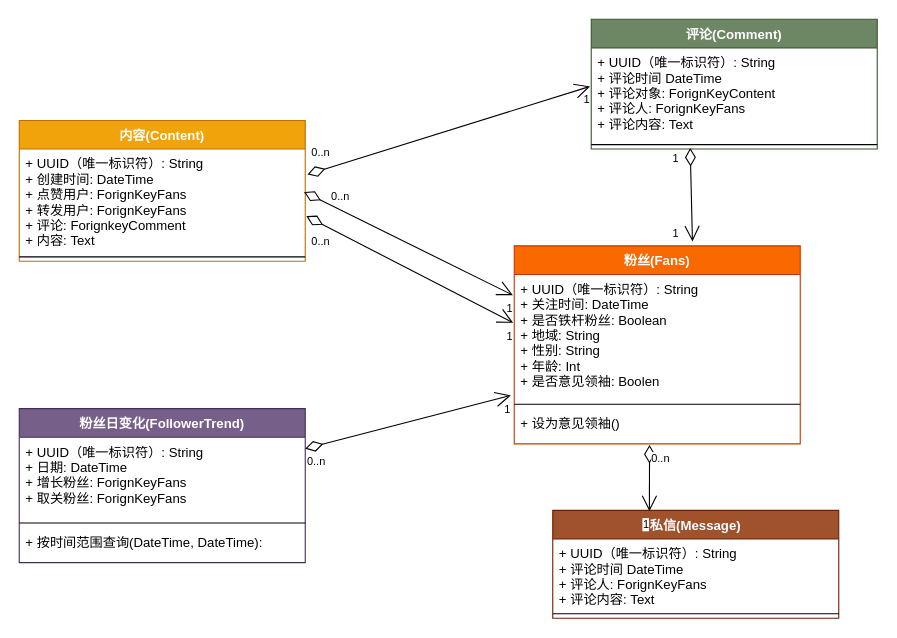
Above: 1-SoftwareRequirements/DataAnalysis/da_class.drawio in zan-press/diagram (draw.io), before the change. Source tidied: cells renumbered, new cells numbered last; positions are measured from the earlier drawing's top-left corner, leaving out a move shared by most shapes. Both pictures are drawn from the tidied source at 110%, with x=0, y=0 at pixel (19, 19).
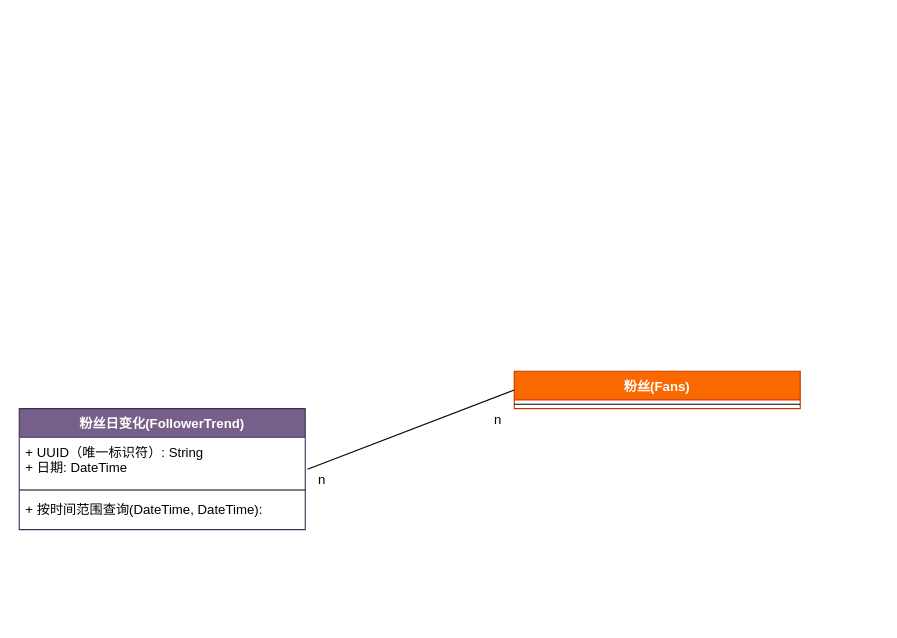
The same page after the edit.

The edit, as a diff of the source:
```diff
@@
-    <mxCell id="2" value="内容(Content)" style="swimlane;fontStyle=1;align=center;verticalAlign=top;horizontal=1;startSize=26;fillColor=#f0a30a;strokeColor=#BD7000;fontFamily=SF Mono;fontColor=#ffffff;" parent="1" vertex="1">
-      <mxGeometry y="92" width="260" height="128" as="geometry" />
-    </mxCell>
-    <mxCell id="3" value="+ UUID（唯一标识符）: String&#10;+ 创建时间: DateTime&#10;+ 点赞用户: ForignKeyFans&#10;+ 转发用户: ForignKeyFans&#10;+ 评论: ForignkeyComment&#10;+ 内容: Text" style="text;strokeColor=none;fillColor=none;align=left;verticalAlign=top;spacingLeft=4;spacingRight=4;overflow=hidden;points=[[0,0.5],[1,0.5]];portConstraint=eastwest;spacing=2;imageAspect=1;noLabel=0;fontFamily=SF Mono;" parent="2" vertex="1">
-      <mxGeometry y="26" width="260" height="94" as="geometry" />
-    </mxCell>
-    <mxCell id="4" style="line;strokeWidth=1;fillColor=none;align=left;verticalAlign=middle;spacingTop=-1;spacingLeft=3;spacingRight=3;labelPosition=right;fontFamily=SF Mono;" parent="2" vertex="1">
-      <mxGeometry y="120" width="260" height="8" as="geometry" />
-    </mxCell>
     <mxCell id="5" value="粉丝(Fans)" style="swimlane;fontStyle=1;align=center;verticalAlign=top;horizontal=1;startSize=26;fillColor=#fa6800;strokeColor=#C73500;fontColor=#ffffff;fontFamily=SF Mono;" parent="1" vertex="1">
-      <mxGeometry x="450" y="206" width="260" height="180" as="geometry" />
+      <mxGeometry x="450" y="320" width="260" height="34" as="geometry" />
     </mxCell>
-    <mxCell id="6" value="+ UUID（唯一标识符）: String&#10;+ 关注时间: DateTime&#10;+ 是否铁杆粉丝: Boolean&#10;+ 地域: String&#10;+ 性别: String&#10;+ 年龄: Int&#10;+ 是否意见领袖: Boolen" style="text;strokeColor=none;fillColor=none;align=left;verticalAlign=top;spacingLeft=4;spacingRight=4;overflow=hidden;points=[[0,0.5],[1,0.5]];portConstraint=eastwest;spacing=2;imageAspect=1;noLabel=0;fontFamily=SF Mono;" parent="5" vertex="1">
-      <mxGeometry y="26" width="260" height="114" as="geometry" />
-    </mxCell>
     <mxCell id="7" style="line;strokeWidth=1;fillColor=none;align=left;verticalAlign=middle;spacingTop=-1;spacingLeft=3;spacingRight=3;labelPosition=right;fontFamily=SF Mono;" parent="5" vertex="1">
-      <mxGeometry y="140" width="260" height="8" as="geometry" />
+      <mxGeometry y="26" width="260" height="8" as="geometry" />
     </mxCell>
-    <mxCell id="8" value="+ 设为意见领袖()" style="text;strokeColor=none;fillColor=none;align=left;verticalAlign=top;spacingLeft=4;spacingRight=4;overflow=hidden;points=[[0,0.5],[1,0.5]];portConstraint=eastwest;fontFamily=SF Mono;" parent="5" vertex="1">
-      <mxGeometry y="148" width="260" height="32" as="geometry" />
-    </mxCell>
     <mxCell id="9" value="粉丝日变化(FollowerTrend)" style="swimlane;fontStyle=1;align=center;verticalAlign=top;horizontal=1;startSize=26;fillColor=#76608a;strokeColor=#432D57;fontColor=#ffffff;fontFamily=SF Mono;" parent="1" vertex="1">
-      <mxGeometry y="354" width="260" height="140" as="geometry" />
+      <mxGeometry y="354" width="260" height="110" as="geometry" />
     </mxCell>
-    <mxCell id="10" value="+ UUID（唯一标识符）: String&#10;+ 日期: DateTime&#10;+ 增长粉丝: ForignKeyFans&#10;+ 取关粉丝: ForignKeyFans" style="text;strokeColor=none;fillColor=none;align=left;verticalAlign=top;spacingLeft=4;spacingRight=4;overflow=hidden;points=[[0,0.5],[1,0.5]];portConstraint=eastwest;spacing=2;imageAspect=1;noLabel=0;fontFamily=SF Mono;" parent="9" vertex="1">
-      <mxGeometry y="26" width="260" height="74" as="geometry" />
+    <mxCell id="10" value="+ UUID（唯一标识符）: String&#10;+ 日期: DateTime&#10;" style="text;strokeColor=none;fillColor=none;align=left;verticalAlign=top;spacingLeft=4;spacingRight=4;overflow=hidden;points=[[0,0.5],[1,0.5]];portConstraint=eastwest;spacing=2;imageAspect=1;noLabel=0;fontFamily=SF Mono;" parent="9" vertex="1">
+      <mxGeometry y="26" width="260" height="44" as="geometry" />
     </mxCell>
     <mxCell id="11" style="line;strokeWidth=1;fillColor=none;align=left;verticalAlign=middle;spacingTop=-1;spacingLeft=3;spacingRight=3;labelPosition=right;fontFamily=SF Mono;" parent="9" vertex="1">
-      <mxGeometry y="100" width="260" height="8" as="geometry" />
+      <mxGeometry y="70" width="260" height="8" as="geometry" />
     </mxCell>
     <mxCell id="12" value="+ 按时间范围查询(DateTime, DateTime): " style="text;strokeColor=none;fillColor=none;align=left;verticalAlign=top;spacingLeft=4;spacingRight=4;overflow=hidden;fontFamily=SF Mono;" parent="9" vertex="1">
-      <mxGeometry y="108" width="260" height="32" as="geometry" />
+      <mxGeometry y="78" width="260" height="32" as="geometry" />
     </mxCell>
-    <mxCell id="13" value="评论(Comment)" style="swimlane;fontStyle=1;align=center;verticalAlign=top;horizontal=1;startSize=26;fillColor=#6d8764;strokeColor=#3A5431;fontFamily=SF Mono;fontColor=#ffffff;" parent="1" vertex="1">
-      <mxGeometry x="520" width="260" height="118" as="geometry" />
-    </mxCell>
-    <mxCell id="14" value="+ UUID（唯一标识符）: String&#10;+ 评论时间 DateTime&#10;+ 评论对象: ForignKeyContent&#10;+ 评论人: ForignKeyFans&#10;+ 评论内容: Text" style="text;strokeColor=none;fillColor=none;align=left;verticalAlign=top;spacingLeft=4;spacingRight=4;overflow=hidden;points=[[0,0.5],[1,0.5]];portConstraint=eastwest;spacing=2;imageAspect=1;noLabel=0;fontFamily=SF Mono;" parent="13" vertex="1">
-      <mxGeometry y="26" width="260" height="84" as="geometry" />
-    </mxCell>
-    <mxCell id="15" style="line;strokeWidth=1;fillColor=none;align=left;verticalAlign=middle;spacingTop=-1;spacingLeft=3;spacingRight=3;labelPosition=right;points=[];portConstraint=eastwest;fontFamily=SF Mono;" parent="13" vertex="1">
-      <mxGeometry y="110" width="260" height="8" as="geometry" />
-    </mxCell>
-    <mxCell id="16" value="私信(Message)" style="swimlane;fontStyle=1;align=center;verticalAlign=top;horizontal=1;startSize=26;fillColor=#a0522d;strokeColor=#6D1F00;fontColor=#ffffff;fontFamily=SF Mono;" parent="1" vertex="1">
-      <mxGeometry x="485" y="446.5" width="260" height="98" as="geometry" />
-    </mxCell>
-    <mxCell id="17" value="+ UUID（唯一标识符）: String&#10;+ 评论时间 DateTime&#10;+ 评论人: ForignKeyFans&#10;+ 评论内容: Text" style="text;strokeColor=none;fillColor=none;align=left;verticalAlign=top;spacingLeft=4;spacingRight=4;overflow=hidden;spacing=2;imageAspect=1;noLabel=0;fontFamily=SF Mono;" parent="16" vertex="1">
-      <mxGeometry y="26" width="260" height="64" as="geometry" />
-    </mxCell>
-    <mxCell id="18" style="line;strokeWidth=1;fillColor=none;align=left;verticalAlign=middle;spacingTop=-1;spacingLeft=3;spacingRight=3;labelPosition=right;fontFamily=SF Mono;" parent="16" vertex="1">
-      <mxGeometry y="90" width="260" height="8" as="geometry" />
-    </mxCell>
-    <mxCell id="19" style="endArrow=open;html=1;endSize=12;startArrow=diamondThin;startSize=14;startFill=0;entryX=-0.004;entryY=0.417;entryDx=0;entryDy=0;entryPerimeter=0;fontFamily=SF Mono;exitX=1.008;exitY=0.245;exitDx=0;exitDy=0;exitPerimeter=0;" parent="1" edge="1" source="3" target="14">
-      <mxGeometry relative="1" as="geometry" />
-    </mxCell>
-    <mxCell id="20" value="0..n" style="html=1;align=left;verticalAlign=top;labelBackgroundColor=#ffffff;fontSize=10;fontFamily=SF Mono;" parent="19" vertex="1">
-      <mxGeometry x="-1" relative="1" as="geometry">
-        <mxPoint x="2" y="-32" as="offset" />
-      </mxGeometry>
-    </mxCell>
-    <mxCell id="21" value="1" style="html=1;align=right;verticalAlign=top;labelBackgroundColor=#ffffff;fontSize=10;fontFamily=SF Mono;" parent="19" vertex="1">
-      <mxGeometry x="1" relative="1" as="geometry" />
-    </mxCell>
-    <mxCell id="22" style="endArrow=open;html=1;endSize=12;startArrow=diamondThin;startSize=14;startFill=0;entryX=-0.005;entryY=0.165;entryDx=0;entryDy=0;entryPerimeter=0;fontFamily=SF Mono;exitX=0.996;exitY=0.415;exitDx=0;exitDy=0;exitPerimeter=0;" parent="1" edge="1" source="3" target="6">
-      <mxGeometry relative="1" as="geometry" />
-    </mxCell>
-    <mxCell id="23" value="0..n" style="html=1;align=left;verticalAlign=top;labelBackgroundColor=#ffffff;fontSize=10;fontFamily=SF Mono;" parent="22" vertex="1">
-      <mxGeometry x="-1" relative="1" as="geometry">
-        <mxPoint x="23" y="-8.5" as="offset" />
-      </mxGeometry>
-    </mxCell>
-    <mxCell id="24" value="1" style="html=1;align=right;verticalAlign=top;labelBackgroundColor=#ffffff;fontSize=10;fontFamily=SF Mono;" parent="22" vertex="1">
-      <mxGeometry x="1" relative="1" as="geometry" />
-    </mxCell>
-    <mxCell id="25" style="endArrow=open;html=1;endSize=12;startArrow=diamondThin;startSize=14;startFill=0;fontFamily=SF Mono;exitX=1.004;exitY=0.649;exitDx=0;exitDy=0;exitPerimeter=0;" parent="1" edge="1" source="3">
-      <mxGeometry relative="1" as="geometry">
-        <mxPoint x="449" y="276" as="targetPoint" />
-      </mxGeometry>
-    </mxCell>
-    <mxCell id="26" value="0..n" style="html=1;align=left;verticalAlign=top;labelBackgroundColor=#ffffff;fontSize=10;fontFamily=SF Mono;" parent="25" vertex="1">
-      <mxGeometry x="-1" relative="1" as="geometry">
-        <mxPoint x="2.5" y="11" as="offset" />
-      </mxGeometry>
-    </mxCell>
-    <mxCell id="27" value="1" style="html=1;align=right;verticalAlign=top;labelBackgroundColor=#ffffff;fontSize=10;fontFamily=SF Mono;" parent="25" vertex="1">
-      <mxGeometry x="1" relative="1" as="geometry" />
-    </mxCell>
-    <mxCell id="28" style="endArrow=open;html=1;endSize=12;startArrow=diamondThin;startSize=14;startFill=0;fontFamily=SF Mono;exitX=0.473;exitY=1.031;exitDx=0;exitDy=0;exitPerimeter=0;entryX=0.338;entryY=0.008;entryDx=0;entryDy=0;entryPerimeter=0;" parent="1" edge="1" source="8" target="16">
-      <mxGeometry relative="1" as="geometry" />
-    </mxCell>
-    <mxCell id="29" value="0..n" style="html=1;align=left;verticalAlign=top;labelBackgroundColor=#ffffff;fontSize=10;fontFamily=SF Mono;" parent="28" vertex="1">
-      <mxGeometry x="-1" relative="1" as="geometry" />
-    </mxCell>
-    <mxCell id="30" value="1" style="html=1;align=right;verticalAlign=top;labelBackgroundColor=#ffffff;fontSize=10;fontFamily=SF Mono;" parent="28" vertex="1">
-      <mxGeometry x="1" relative="1" as="geometry" />
-    </mxCell>
-    <mxCell id="31" style="endArrow=open;html=1;endSize=12;startArrow=diamondThin;startSize=14;startFill=0;fontFamily=SF Mono;entryX=-0.012;entryY=0.965;entryDx=0;entryDy=0;entryPerimeter=0;" parent="1" edge="1" source="9" target="6">
-      <mxGeometry relative="1" as="geometry" />
-    </mxCell>
-    <mxCell id="32" value="0..n" style="html=1;align=left;verticalAlign=top;labelBackgroundColor=#ffffff;fontSize=10;fontFamily=SF Mono;" parent="31" vertex="1">
-      <mxGeometry x="-1" relative="1" as="geometry" />
-    </mxCell>
-    <mxCell id="33" value="1" style="html=1;align=right;verticalAlign=top;labelBackgroundColor=#ffffff;fontSize=10;fontFamily=SF Mono;" parent="31" vertex="1">
-      <mxGeometry x="1" relative="1" as="geometry" />
-    </mxCell>
-    <mxCell id="34" style="endArrow=open;html=1;endSize=12;startArrow=diamondThin;startSize=14;startFill=0;fontFamily=SF Mono;exitX=0.346;exitY=0.875;exitDx=0;exitDy=0;exitPerimeter=0;" parent="1" edge="1" source="15">
-      <mxGeometry relative="1" as="geometry">
-        <mxPoint x="612" y="202" as="targetPoint" />
-      </mxGeometry>
-    </mxCell>
-    <mxCell id="35" value="1" style="html=1;align=right;verticalAlign=top;labelBackgroundColor=#ffffff;fontSize=10;fontFamily=SF Mono;" parent="1" vertex="1">
-      <mxGeometry x="599.9" y="114" as="geometry" />
-    </mxCell>
-    <mxCell id="36" value="1" style="html=1;align=right;verticalAlign=top;labelBackgroundColor=#ffffff;fontSize=10;fontFamily=SF Mono;" parent="1" vertex="1">
-      <mxGeometry x="599.9" y="182" as="geometry" />
-    </mxCell>
+    <mxCell id="37" style="endArrow=none;html=1;exitX=1.008;exitY=0.659;exitDx=0;exitDy=0;exitPerimeter=0;entryX=0;entryY=0.5;entryDx=0;entryDy=0;" parent="1" edge="1" source="10" target="5">
+      <mxGeometry relative="1" as="geometry" />
+    </mxCell>
+    <mxCell id="38" value="n" style="text;html=1;align=left;verticalAlign=top;spacingTop=-4;" parent="1" vertex="1">
+      <mxGeometry x="270" y="409" width="20" height="20" as="geometry" />
+    </mxCell>
+    <mxCell id="39" value="n" style="text;html=1;align=left;verticalAlign=top;spacingTop=-4;" parent="1" vertex="1">
+      <mxGeometry x="430" y="354" width="20" height="20" as="geometry" />
+    </mxCell>
```
